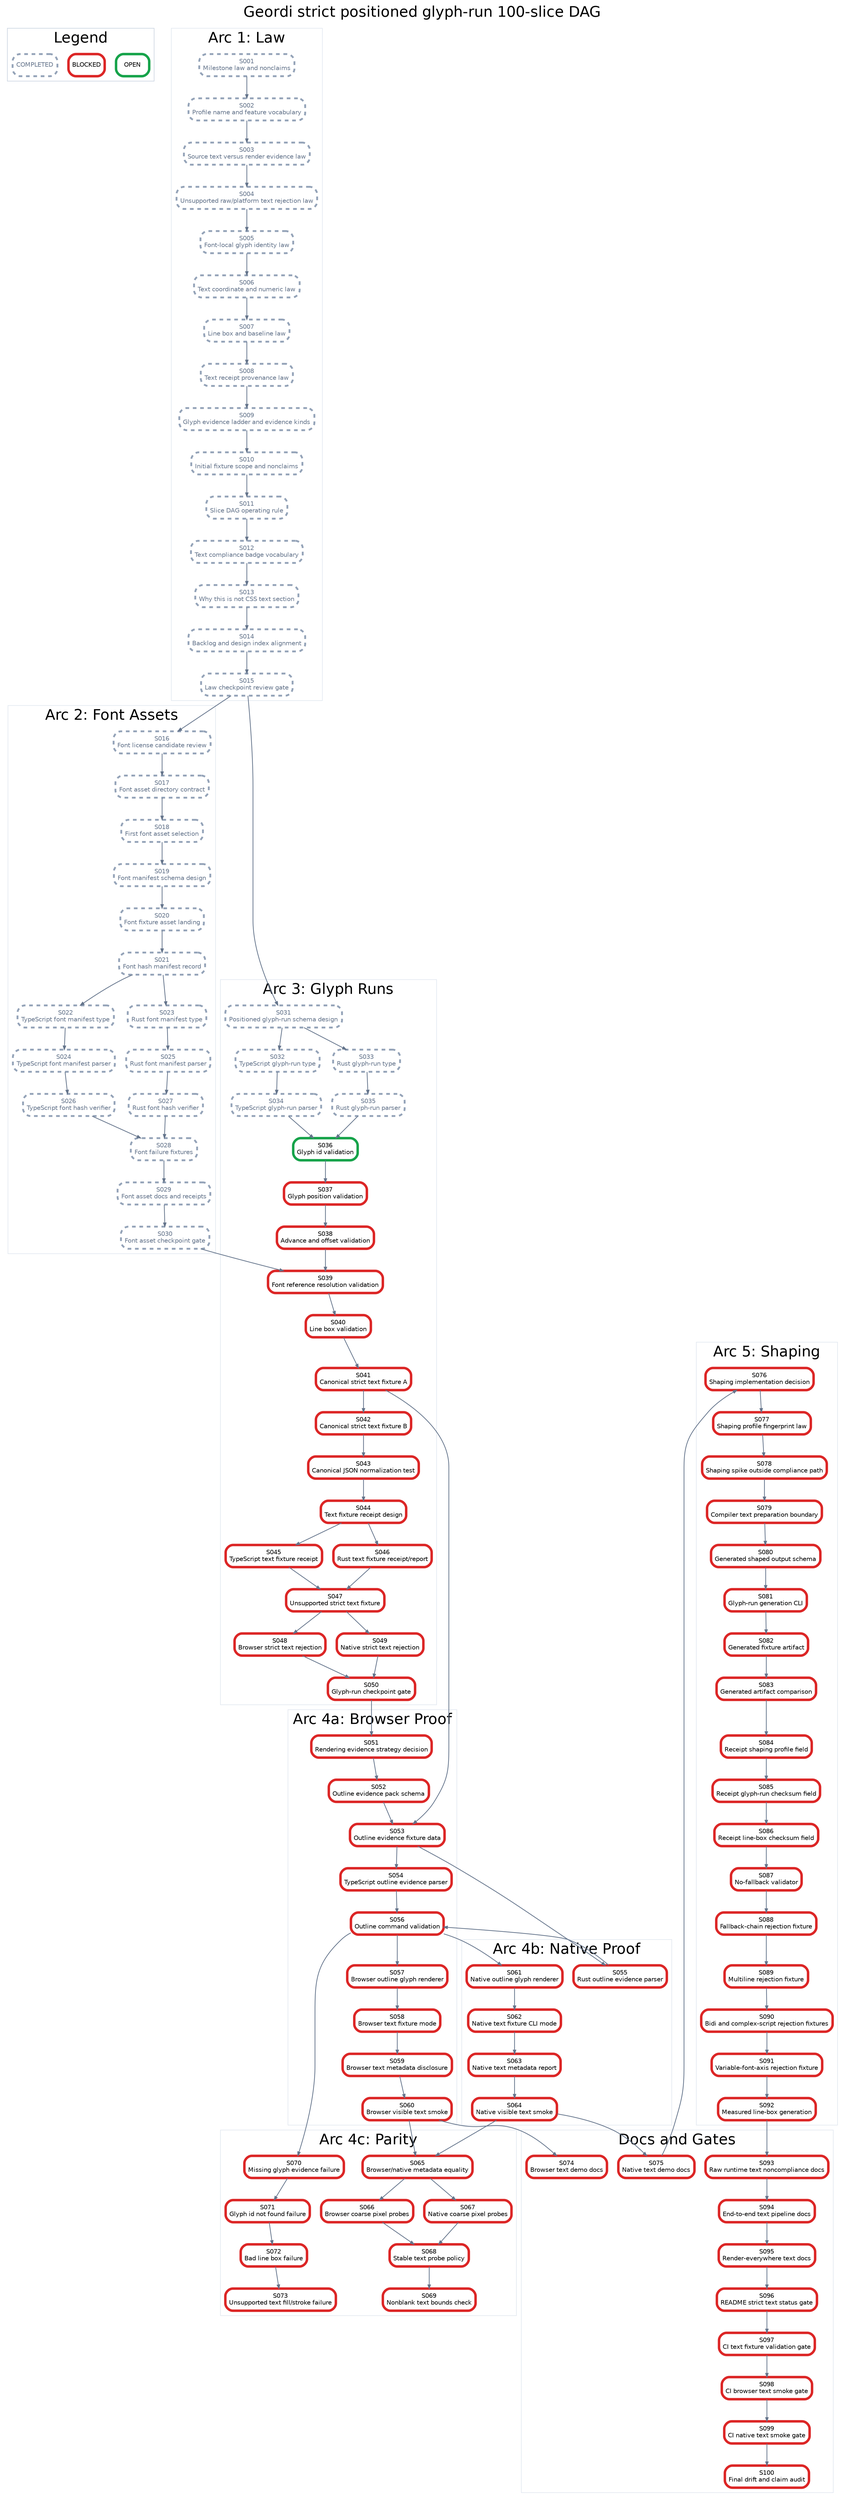
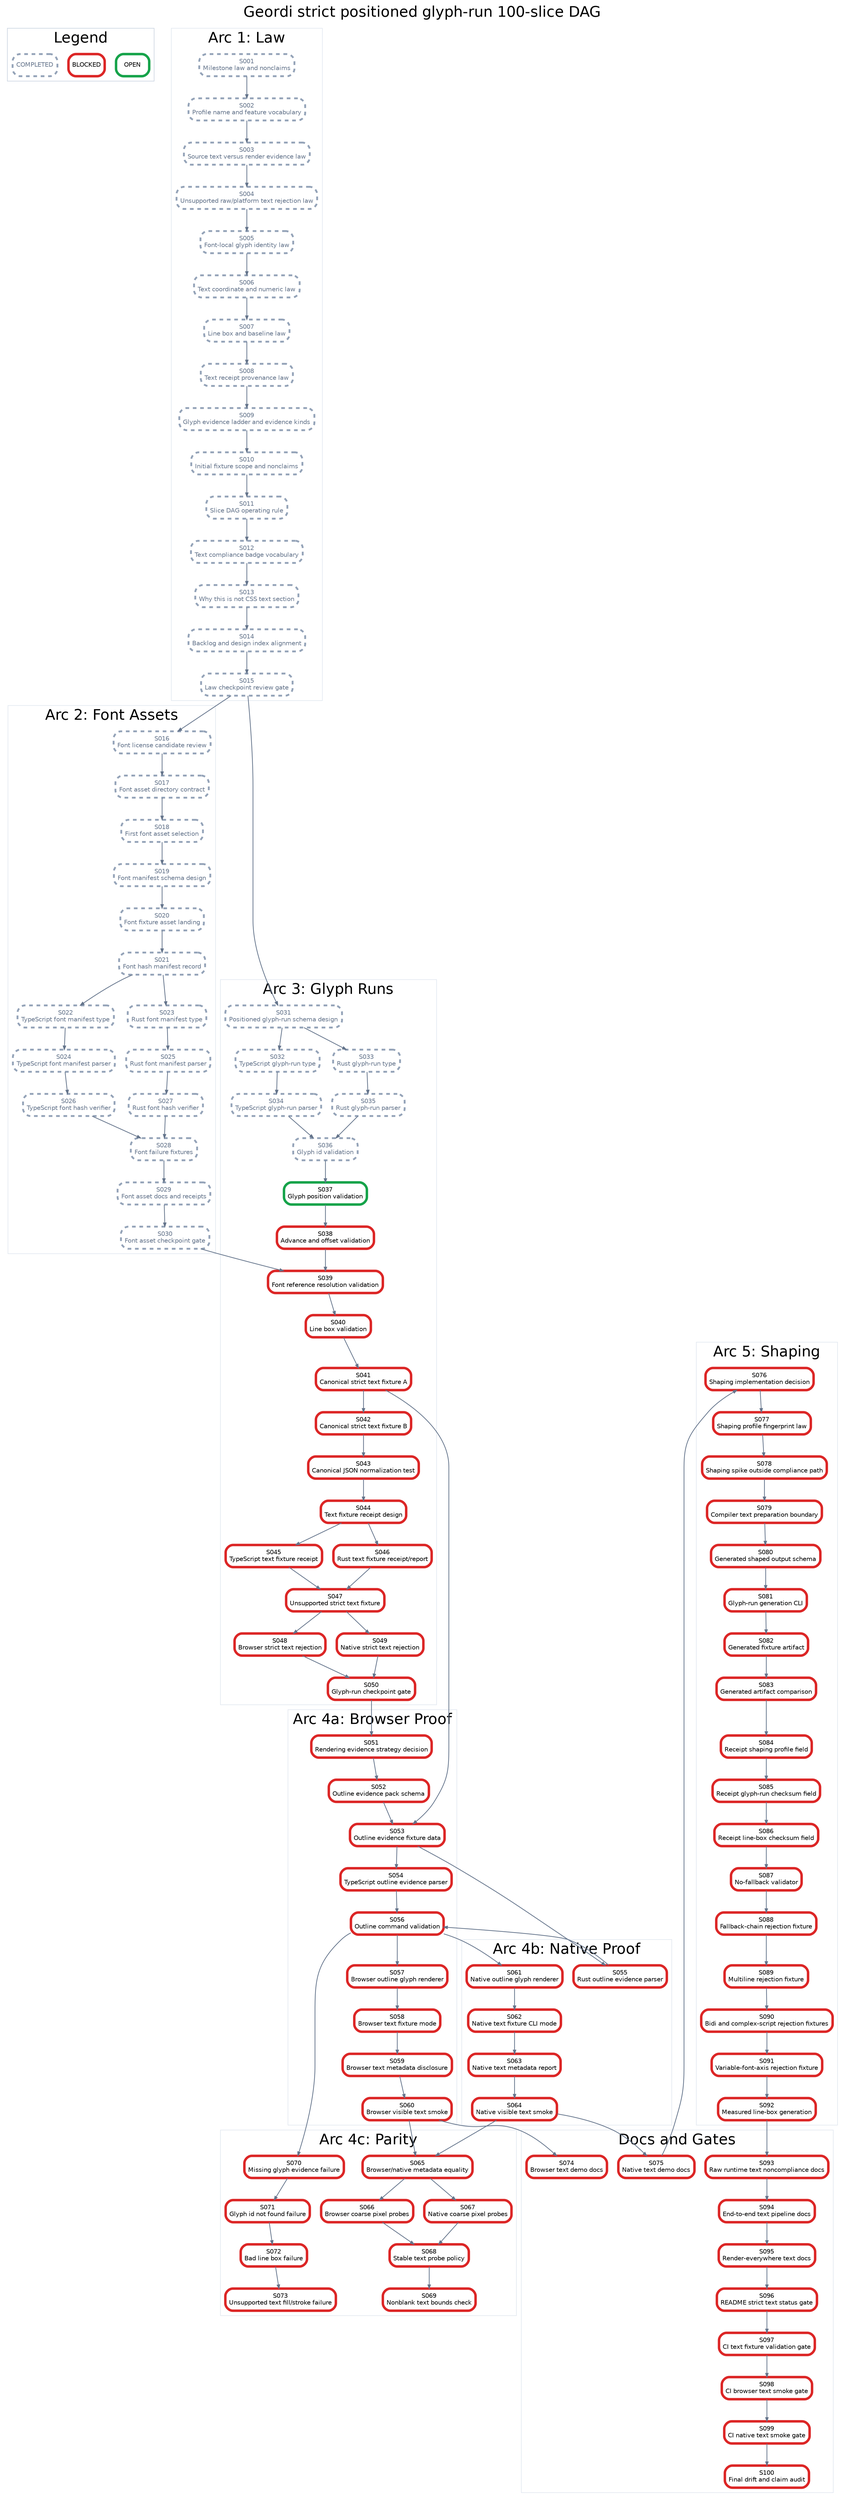
digraph StrictPositionedGlyphRunPlan {
  graph [rankdir=TB, bgcolor="white", fontname="Helvetica", label="Geordi strict positioned glyph-run 100-slice DAG", labelloc="t", fontsize=24];
  node [shape=box, style="rounded,filled", fillcolor="white", fontname="Helvetica", fontsize=10, margin="0.08,0.05"];
  edge [color="#64748b", arrowsize=0.6, penwidth=1.2];

  subgraph cluster_legend {
    label="Legend";
    color="#cbd5e1";
    legend_open [label="OPEN", color="#16a34a", penwidth=4];
    legend_blocked [label="BLOCKED", color="#dc2626", penwidth=4];
    legend_done [label="COMPLETED", color="#94a3b8", penwidth=3, style="rounded,filled,dashed", fontcolor="#64748b"];
  }

  subgraph cluster_law {
    label="Arc 1: Law";
    color="#e2e8f0";
    S001 [label="S001\nMilestone law and nonclaims", color="#94a3b8", penwidth=3, style="rounded,filled,dashed", fontcolor="#64748b"];
    S002 [label="S002\nProfile name and feature vocabulary", color="#94a3b8", penwidth=3, style="rounded,filled,dashed", fontcolor="#64748b"];
    S003 [label="S003\nSource text versus render evidence law", color="#94a3b8", penwidth=3, style="rounded,filled,dashed", fontcolor="#64748b"];
    S004 [label="S004\nUnsupported raw/platform text rejection law", color="#94a3b8", penwidth=3, style="rounded,filled,dashed", fontcolor="#64748b"];
    S005 [label="S005\nFont-local glyph identity law", color="#94a3b8", penwidth=3, style="rounded,filled,dashed", fontcolor="#64748b"];
    S006 [label="S006\nText coordinate and numeric law", color="#94a3b8", penwidth=3, style="rounded,filled,dashed", fontcolor="#64748b"];
    S007 [label="S007\nLine box and baseline law", color="#94a3b8", penwidth=3, style="rounded,filled,dashed", fontcolor="#64748b"];
    S008 [label="S008\nText receipt provenance law", color="#94a3b8", penwidth=3, style="rounded,filled,dashed", fontcolor="#64748b"];
    S009 [label="S009\nGlyph evidence ladder and evidence kinds", color="#94a3b8", penwidth=3, style="rounded,filled,dashed", fontcolor="#64748b"];
    S010 [label="S010\nInitial fixture scope and nonclaims", color="#94a3b8", penwidth=3, style="rounded,filled,dashed", fontcolor="#64748b"];
    S011 [label="S011\nSlice DAG operating rule", color="#94a3b8", penwidth=3, style="rounded,filled,dashed", fontcolor="#64748b"];
    S012 [label="S012\nText compliance badge vocabulary", color="#94a3b8", penwidth=3, style="rounded,filled,dashed", fontcolor="#64748b"];
    S013 [label="S013\nWhy this is not CSS text section", color="#94a3b8", penwidth=3, style="rounded,filled,dashed", fontcolor="#64748b"];
    S014 [label="S014\nBacklog and design index alignment", color="#94a3b8", penwidth=3, style="rounded,filled,dashed", fontcolor="#64748b"];
    S015 [label="S015\nLaw checkpoint review gate", color="#94a3b8", penwidth=3, style="rounded,filled,dashed", fontcolor="#64748b"];
  }

  subgraph cluster_assets {
    label="Arc 2: Font Assets";
    color="#e2e8f0";
    S016 [label="S016\nFont license candidate review", color="#94a3b8", penwidth=3, style="rounded,filled,dashed", fontcolor="#64748b"];
    S017 [label="S017\nFont asset directory contract", color="#94a3b8", penwidth=3, style="rounded,filled,dashed", fontcolor="#64748b"];
    S018 [label="S018\nFirst font asset selection", color="#94a3b8", penwidth=3, style="rounded,filled,dashed", fontcolor="#64748b"];
    S019 [label="S019\nFont manifest schema design", color="#94a3b8", penwidth=3, style="rounded,filled,dashed", fontcolor="#64748b"];
    S020 [label="S020\nFont fixture asset landing", color="#94a3b8", penwidth=3, style="rounded,filled,dashed", fontcolor="#64748b"];
    S021 [label="S021\nFont hash manifest record", color="#94a3b8", penwidth=3, style="rounded,filled,dashed", fontcolor="#64748b"];
    S022 [label="S022\nTypeScript font manifest type", color="#94a3b8", penwidth=3, style="rounded,filled,dashed", fontcolor="#64748b"];
    S023 [label="S023\nRust font manifest type", color="#94a3b8", penwidth=3, style="rounded,filled,dashed", fontcolor="#64748b"];
    S024 [label="S024\nTypeScript font manifest parser", color="#94a3b8", penwidth=3, style="rounded,filled,dashed", fontcolor="#64748b"];
    S025 [label="S025\nRust font manifest parser", color="#94a3b8", penwidth=3, style="rounded,filled,dashed", fontcolor="#64748b"];
    S026 [label="S026\nTypeScript font hash verifier", color="#94a3b8", penwidth=3, style="rounded,filled,dashed", fontcolor="#64748b"];
    S027 [label="S027\nRust font hash verifier", color="#94a3b8", penwidth=3, style="rounded,filled,dashed", fontcolor="#64748b"];
    S028 [label="S028\nFont failure fixtures", color="#94a3b8", penwidth=3, style="rounded,filled,dashed", fontcolor="#64748b"];
    S029 [label="S029\nFont asset docs and receipts", color="#94a3b8", penwidth=3, style="rounded,filled,dashed", fontcolor="#64748b"];
    S030 [label="S030\nFont asset checkpoint gate", color="#94a3b8", penwidth=3, style="rounded,filled,dashed", fontcolor="#64748b"];
  }

  subgraph cluster_glyph {
    label="Arc 3: Glyph Runs";
    color="#e2e8f0";
    S031 [label="S031\nPositioned glyph-run schema design", color="#94a3b8", penwidth=3, style="rounded,filled,dashed", fontcolor="#64748b"];
    S032 [label="S032\nTypeScript glyph-run type", color="#94a3b8", penwidth=3, style="rounded,filled,dashed", fontcolor="#64748b"];
    S033 [label="S033\nRust glyph-run type", color="#94a3b8", penwidth=3, style="rounded,filled,dashed", fontcolor="#64748b"];
    S034 [label="S034\nTypeScript glyph-run parser", color="#94a3b8", penwidth=3, style="rounded,filled,dashed", fontcolor="#64748b"];
    S035 [label="S035\nRust glyph-run parser", color="#94a3b8", penwidth=3, style="rounded,filled,dashed", fontcolor="#64748b"];
-     S036 [label="S036\nGlyph id validation", color="#16a34a", penwidth=4];
-     S037 [label="S037\nGlyph position validation", color="#dc2626", penwidth=4];
+     S036 [label="S036\nGlyph id validation", color="#94a3b8", penwidth=3, style="rounded,filled,dashed", fontcolor="#64748b"];
+     S037 [label="S037\nGlyph position validation", color="#16a34a", penwidth=4];
    S038 [label="S038\nAdvance and offset validation", color="#dc2626", penwidth=4];
    S039 [label="S039\nFont reference resolution validation", color="#dc2626", penwidth=4];
    S040 [label="S040\nLine box validation", color="#dc2626", penwidth=4];
    S041 [label="S041\nCanonical strict text fixture A", color="#dc2626", penwidth=4];
    S042 [label="S042\nCanonical strict text fixture B", color="#dc2626", penwidth=4];
    S043 [label="S043\nCanonical JSON normalization test", color="#dc2626", penwidth=4];
    S044 [label="S044\nText fixture receipt design", color="#dc2626", penwidth=4];
    S045 [label="S045\nTypeScript text fixture receipt", color="#dc2626", penwidth=4];
    S046 [label="S046\nRust text fixture receipt/report", color="#dc2626", penwidth=4];
    S047 [label="S047\nUnsupported strict text fixture", color="#dc2626", penwidth=4];
    S048 [label="S048\nBrowser strict text rejection", color="#dc2626", penwidth=4];
    S049 [label="S049\nNative strict text rejection", color="#dc2626", penwidth=4];
    S050 [label="S050\nGlyph-run checkpoint gate", color="#dc2626", penwidth=4];
  }

  subgraph cluster_browser {
    label="Arc 4a: Browser Proof";
    color="#e2e8f0";
    S051 [label="S051\nRendering evidence strategy decision", color="#dc2626", penwidth=4];
    S052 [label="S052\nOutline evidence pack schema", color="#dc2626", penwidth=4];
    S053 [label="S053\nOutline evidence fixture data", color="#dc2626", penwidth=4];
    S054 [label="S054\nTypeScript outline evidence parser", color="#dc2626", penwidth=4];
    S056 [label="S056\nOutline command validation", color="#dc2626", penwidth=4];
    S057 [label="S057\nBrowser outline glyph renderer", color="#dc2626", penwidth=4];
    S058 [label="S058\nBrowser text fixture mode", color="#dc2626", penwidth=4];
    S059 [label="S059\nBrowser text metadata disclosure", color="#dc2626", penwidth=4];
    S060 [label="S060\nBrowser visible text smoke", color="#dc2626", penwidth=4];
  }

  subgraph cluster_native {
    label="Arc 4b: Native Proof";
    color="#e2e8f0";
    S055 [label="S055\nRust outline evidence parser", color="#dc2626", penwidth=4];
    S061 [label="S061\nNative outline glyph renderer", color="#dc2626", penwidth=4];
    S062 [label="S062\nNative text fixture CLI mode", color="#dc2626", penwidth=4];
    S063 [label="S063\nNative text metadata report", color="#dc2626", penwidth=4];
    S064 [label="S064\nNative visible text smoke", color="#dc2626", penwidth=4];
  }

  subgraph cluster_parity {
    label="Arc 4c: Parity";
    color="#e2e8f0";
    S065 [label="S065\nBrowser/native metadata equality", color="#dc2626", penwidth=4];
    S066 [label="S066\nBrowser coarse pixel probes", color="#dc2626", penwidth=4];
    S067 [label="S067\nNative coarse pixel probes", color="#dc2626", penwidth=4];
    S068 [label="S068\nStable text probe policy", color="#dc2626", penwidth=4];
    S069 [label="S069\nNonblank text bounds check", color="#dc2626", penwidth=4];
    S070 [label="S070\nMissing glyph evidence failure", color="#dc2626", penwidth=4];
    S071 [label="S071\nGlyph id not found failure", color="#dc2626", penwidth=4];
    S072 [label="S072\nBad line box failure", color="#dc2626", penwidth=4];
    S073 [label="S073\nUnsupported text fill/stroke failure", color="#dc2626", penwidth=4];
  }

  subgraph cluster_shaping {
    label="Arc 5: Shaping";
    color="#e2e8f0";
    S076 [label="S076\nShaping implementation decision", color="#dc2626", penwidth=4];
    S077 [label="S077\nShaping profile fingerprint law", color="#dc2626", penwidth=4];
    S078 [label="S078\nShaping spike outside compliance path", color="#dc2626", penwidth=4];
    S079 [label="S079\nCompiler text preparation boundary", color="#dc2626", penwidth=4];
    S080 [label="S080\nGenerated shaped output schema", color="#dc2626", penwidth=4];
    S081 [label="S081\nGlyph-run generation CLI", color="#dc2626", penwidth=4];
    S082 [label="S082\nGenerated fixture artifact", color="#dc2626", penwidth=4];
    S083 [label="S083\nGenerated artifact comparison", color="#dc2626", penwidth=4];
    S084 [label="S084\nReceipt shaping profile field", color="#dc2626", penwidth=4];
    S085 [label="S085\nReceipt glyph-run checksum field", color="#dc2626", penwidth=4];
    S086 [label="S086\nReceipt line-box checksum field", color="#dc2626", penwidth=4];
    S087 [label="S087\nNo-fallback validator", color="#dc2626", penwidth=4];
    S088 [label="S088\nFallback-chain rejection fixture", color="#dc2626", penwidth=4];
    S089 [label="S089\nMultiline rejection fixture", color="#dc2626", penwidth=4];
    S090 [label="S090\nBidi and complex-script rejection fixtures", color="#dc2626", penwidth=4];
    S091 [label="S091\nVariable-font-axis rejection fixture", color="#dc2626", penwidth=4];
    S092 [label="S092\nMeasured line-box generation", color="#dc2626", penwidth=4];
  }

  subgraph cluster_docs {
    label="Docs and Gates";
    color="#e2e8f0";
    S074 [label="S074\nBrowser text demo docs", color="#dc2626", penwidth=4];
    S075 [label="S075\nNative text demo docs", color="#dc2626", penwidth=4];
    S093 [label="S093\nRaw runtime text noncompliance docs", color="#dc2626", penwidth=4];
    S094 [label="S094\nEnd-to-end text pipeline docs", color="#dc2626", penwidth=4];
    S095 [label="S095\nRender-everywhere text docs", color="#dc2626", penwidth=4];
    S096 [label="S096\nREADME strict text status gate", color="#dc2626", penwidth=4];
    S097 [label="S097\nCI text fixture validation gate", color="#dc2626", penwidth=4];
    S098 [label="S098\nCI browser text smoke gate", color="#dc2626", penwidth=4];
    S099 [label="S099\nCI native text smoke gate", color="#dc2626", penwidth=4];
    S100 [label="S100\nFinal drift and claim audit", color="#dc2626", penwidth=4];
  }

  S001 -> S002;
  S002 -> S003;
  S003 -> S004;
  S004 -> S005;
  S005 -> S006;
  S006 -> S007;
  S007 -> S008;
  S008 -> S009;
  S009 -> S010;
  S010 -> S011;
  S011 -> S012;
  S012 -> S013;
  S013 -> S014;
  S014 -> S015;
  S015 -> S016;
  S016 -> S017;
  S017 -> S018;
  S018 -> S019;
  S019 -> S020;
  S020 -> S021;
  S021 -> S022;
  S021 -> S023;
  S022 -> S024;
  S023 -> S025;
  S024 -> S026;
  S025 -> S027;
  S026 -> S028;
  S027 -> S028;
  S028 -> S029;
  S029 -> S030;
  S015 -> S031;
  S031 -> S032;
  S031 -> S033;
  S032 -> S034;
  S033 -> S035;
  S034 -> S036;
  S035 -> S036;
  S036 -> S037;
  S037 -> S038;
  S038 -> S039;
  S039 -> S040;
  S030 -> S039;
  S040 -> S041;
  S041 -> S042;
  S042 -> S043;
  S043 -> S044;
  S044 -> S045;
  S044 -> S046;
  S045 -> S047;
  S046 -> S047;
  S047 -> S048;
  S047 -> S049;
  S048 -> S050;
  S049 -> S050;
  S050 -> S051;
  S051 -> S052;
  S052 -> S053;
  S041 -> S053;
  S053 -> S054;
  S053 -> S055;
  S054 -> S056;
  S055 -> S056;
  S056 -> S057;
  S057 -> S058;
  S058 -> S059;
  S059 -> S060;
  S056 -> S061;
  S061 -> S062;
  S062 -> S063;
  S063 -> S064;
  S060 -> S065;
  S064 -> S065;
  S065 -> S066;
  S065 -> S067;
  S066 -> S068;
  S067 -> S068;
  S068 -> S069;
  S056 -> S070;
  S070 -> S071;
  S071 -> S072;
  S072 -> S073;
  S060 -> S074;
  S064 -> S075;
  S075 -> S076;
  S076 -> S077;
  S077 -> S078;
  S078 -> S079;
  S079 -> S080;
  S080 -> S081;
  S081 -> S082;
  S082 -> S083;
  S083 -> S084;
  S084 -> S085;
  S085 -> S086;
  S086 -> S087;
  S087 -> S088;
  S088 -> S089;
  S089 -> S090;
  S090 -> S091;
  S091 -> S092;
  S092 -> S093;
  S093 -> S094;
  S094 -> S095;
  S095 -> S096;
  S096 -> S097;
  S097 -> S098;
  S098 -> S099;
  S099 -> S100;
}
